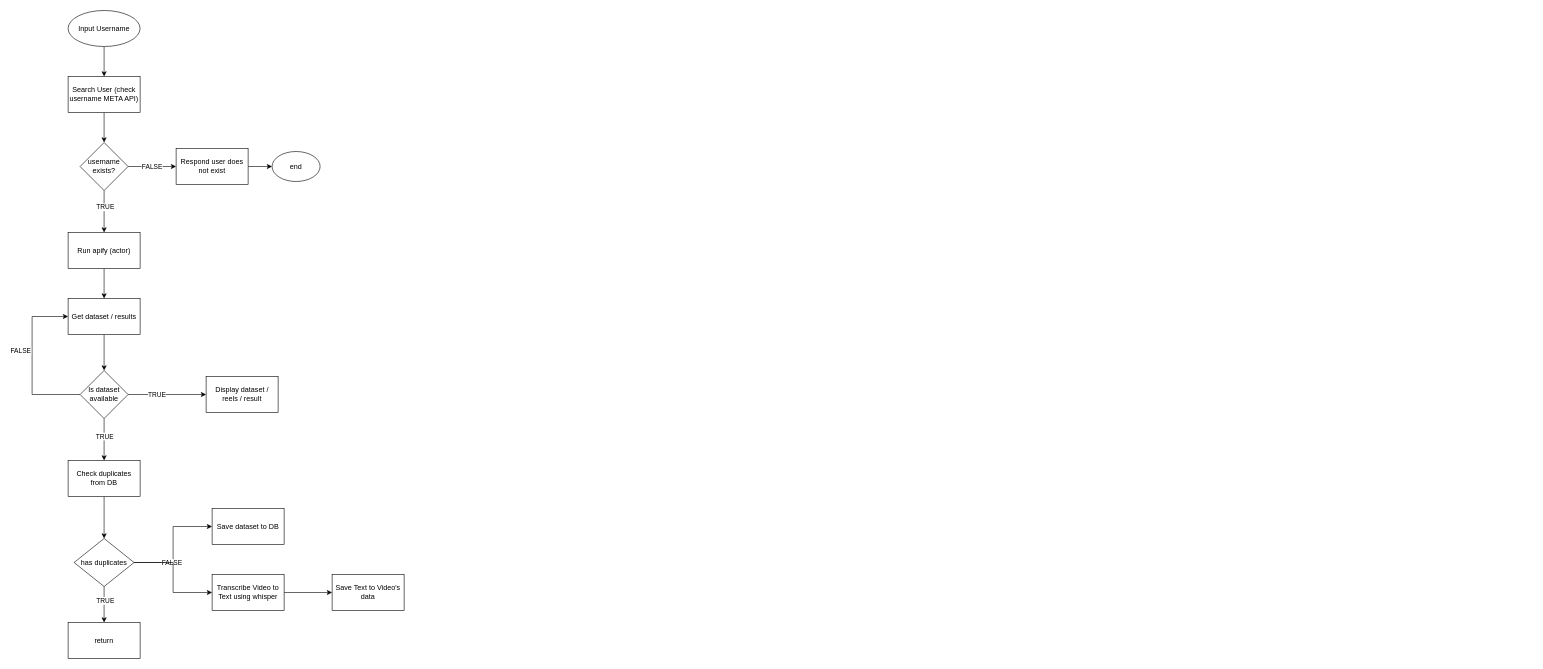
jayditch121998/TrendTracer keeps this draw.io diagram as viralFinder.drawio. Above is the earlier version. Source tidied: cells renumbered, new cells numbered last; positions are measured from the earlier drawing's top-left corner, leaving out a move shared by most shapes. Both pictures are drawn from the tidied source at 60%, with x=0, y=0 at pixel (32, 10).
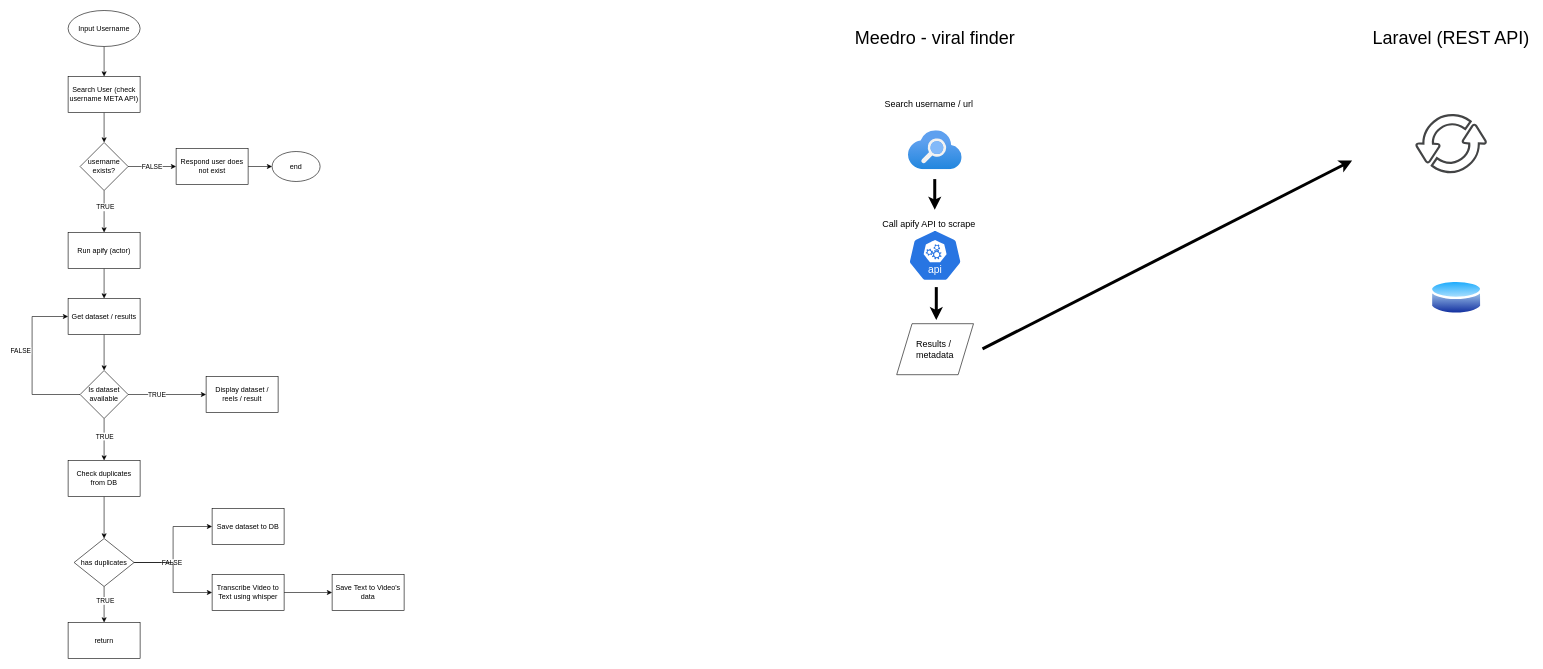
Above is the later version.

What changed in the source:
```diff
@@
+    <mxCell id="38" value="&lt;font style=&quot;font-size: 30px;&quot;&gt;Meedro - viral finder&lt;/font&gt;" style="text;html=1;align=center;verticalAlign=middle;whiteSpace=wrap;rounded=0;" parent="1" vertex="1">
+      <mxGeometry x="1370" y="30" width="270" height="30" as="geometry" />
+    </mxCell>
+    <mxCell id="39" value="&lt;font style=&quot;font-size: 30px;&quot;&gt;Laravel (REST API)&lt;/font&gt;" style="text;html=1;align=center;verticalAlign=middle;whiteSpace=wrap;rounded=0;" parent="1" vertex="1">
+      <mxGeometry x="2230" y="30" width="270" height="30" as="geometry" />
+    </mxCell>
+    <mxCell id="40" style="image;html=1;align=center;fontSize=12;image=img/lib/azure2/app_services/Search_Services.svg;" parent="1" vertex="1">
+      <mxGeometry x="1460" y="200" width="90" height="65" as="geometry" />
+    </mxCell>
+    <mxCell id="41" style="image;perimeter=ellipsePerimeter;html=1;align=center;shadow=0;dashed=0;spacingTop=3;image=img/lib/active_directory/database.svg;" parent="1" vertex="1">
+      <mxGeometry x="2330" y="446" width="87.8" height="65" as="geometry" />
+    </mxCell>
+    <mxCell id="42" style="endArrow=classic;html=1;rounded=0;flowAnimation=1;strokeWidth=5;" parent="1" edge="1">
+      <mxGeometry relative="1" as="geometry">
+        <mxPoint x="1584" y="564" as="sourcePoint" />
+        <mxPoint x="2200" y="250" as="targetPoint" />
+      </mxGeometry>
+    </mxCell>
+    <mxCell id="43" value="Search username / url" style="text;html=1;align=center;verticalAlign=middle;whiteSpace=wrap;rounded=0;fontSize=15;" parent="1" vertex="1">
+      <mxGeometry x="1390" y="140" width="210" height="30" as="geometry" />
+    </mxCell>
+    <mxCell id="44" style="sketch=0;html=1;dashed=0;whitespace=wrap;verticalLabelPosition=bottom;verticalAlign=top;fillColor=#2875E2;strokeColor=#ffffff;shape=mxgraph.kubernetes.icon2;kubernetesLabel=1;prIcon=api;" parent="1" vertex="1">
+      <mxGeometry x="1460" y="365" width="90" height="86.4" as="geometry" />
+    </mxCell>
+    <mxCell id="45" style="endArrow=classic;html=1;rounded=0;flowAnimation=1;strokeWidth=5;" parent="1" edge="1">
+      <mxGeometry relative="1" as="geometry">
+        <mxPoint x="1504.4" y="281" as="sourcePoint" />
+        <mxPoint x="1504.4" y="332" as="targetPoint" />
+      </mxGeometry>
+    </mxCell>
+    <mxCell id="46" value="Call apify API to scrape" style="text;html=1;align=center;verticalAlign=middle;whiteSpace=wrap;rounded=0;fontSize=15;" parent="1" vertex="1">
+      <mxGeometry x="1390" y="340" width="210" height="30" as="geometry" />
+    </mxCell>
+    <mxCell id="47" value="&lt;font style=&quot;font-size: 15px;&quot;&gt;Results /&amp;nbsp;&lt;/font&gt;&lt;div&gt;&lt;font style=&quot;font-size: 15px;&quot;&gt;metadata&lt;/font&gt;&lt;/div&gt;" style="shape=parallelogram;perimeter=parallelogramPerimeter;whiteSpace=wrap;html=1;dashed=0;" parent="1" vertex="1">
+      <mxGeometry x="1441" y="522" width="128" height="85" as="geometry" />
+    </mxCell>
+    <mxCell id="48" style="endArrow=classic;html=1;rounded=0;flowAnimation=1;strokeWidth=5;" parent="1" edge="1">
+      <mxGeometry relative="1" as="geometry">
+        <mxPoint x="1507" y="461" as="sourcePoint" />
+        <mxPoint x="1507" y="516" as="targetPoint" />
+      </mxGeometry>
+    </mxCell>
+    <mxCell id="49" style="sketch=0;shadow=0;dashed=0;html=1;strokeColor=none;fillColor=#434445;labelPosition=center;verticalLabelPosition=bottom;verticalAlign=top;align=center;shape=mxgraph.vvd.business_continuity_data_protection;" parent="1" vertex="1">
+      <mxGeometry x="2305.1" y="172" width="119.8" height="103" as="geometry" />
+    </mxCell>
```
